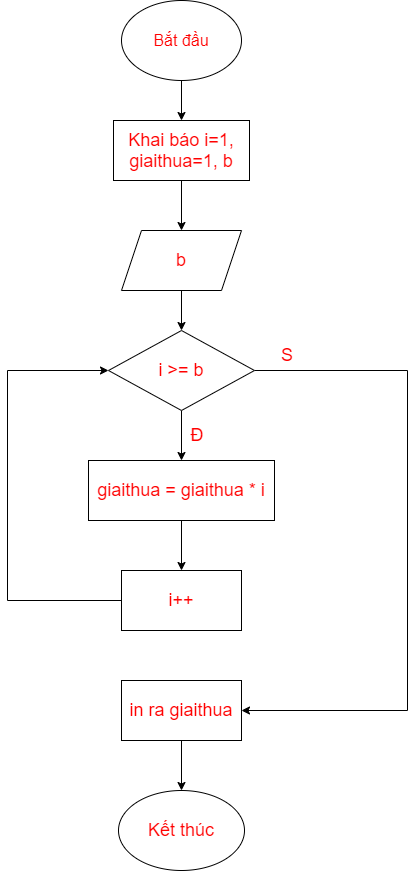
Earlier version of the draw.io export lưu đồ bài 10.png (CorpseK/noobmaster69). Source tidied: cells renumbered, new cells last; positions are measured from the earlier drawing's top-left corner, leaving out a move shared by most shapes.
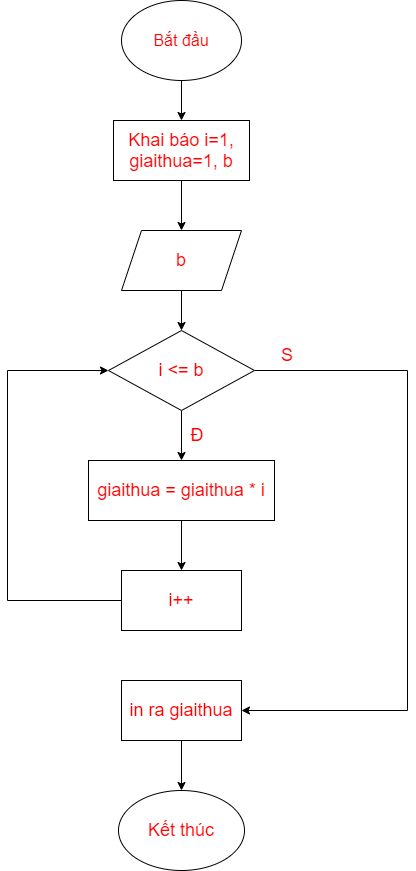
Above is the later version.

Diff of the diagram source:
```diff
@@ -31,7 +31,7 @@
         </Array>
       </mxGeometry>
     </mxCell>
-    <mxCell id="10" value="i &amp;gt;= b" style="rhombus;whiteSpace=wrap;html=1;fontSize=18;fontColor=#FF0000;" parent="1" vertex="1">
+    <mxCell id="10" value="i &amp;lt;= b" style="rhombus;whiteSpace=wrap;html=1;fontSize=18;fontColor=#FF0000;" parent="1" vertex="1">
       <mxGeometry x="101" y="330" width="146" height="80" as="geometry" />
     </mxCell>
     <mxCell id="11" value="Đ" style="text;html=1;strokeColor=none;fillColor=none;align=center;verticalAlign=middle;whiteSpace=wrap;rounded=0;fontSize=18;fontColor=#FF0000;" parent="1" vertex="1">
```
